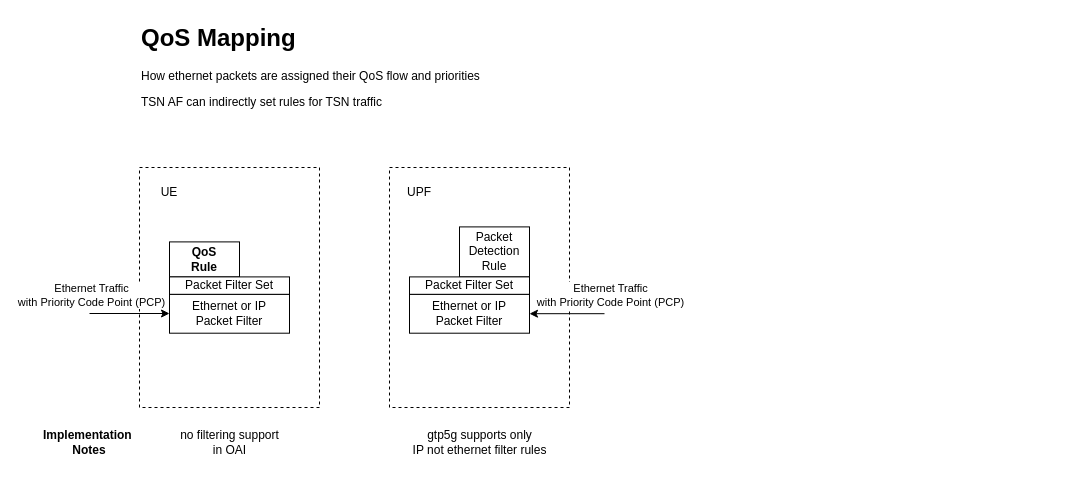
Earlier version of the draw.io diagram docs/qos_mapping.drawio (ottoblep/tsn-5g-testbench). Source tidied: cells renumbered, new cells numbered last; positions are measured from the earlier drawing's top-left corner, leaving out a move shared by most shapes. Both pictures are drawn from the tidied source at 100%, with x=0, y=0 at pixel (59, 17).
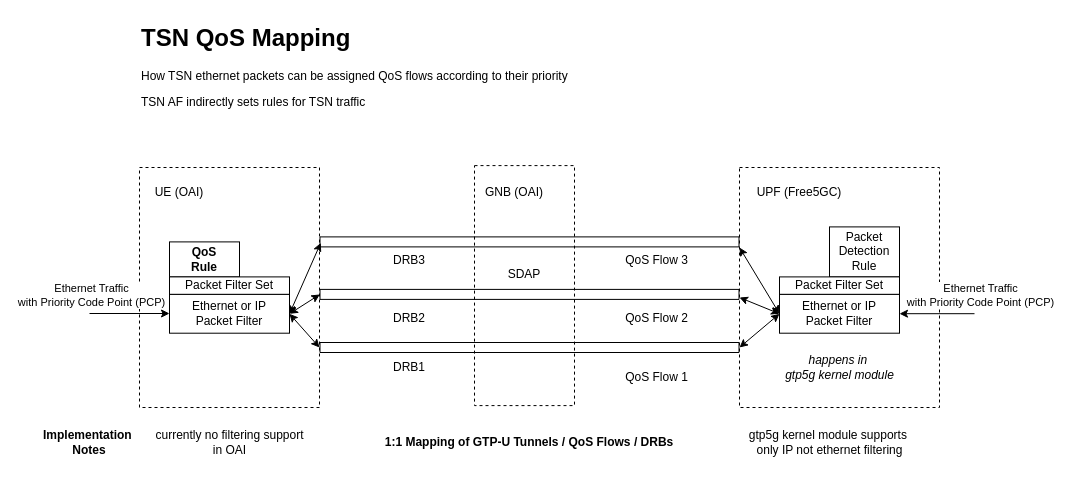
The same page after the edit.

Commit message (it also covers changes not shown here):
Update QoS Mapping graph

The change refers to these unchanged cells:
```xml
<mxCell id="2" style="rounded=0;whiteSpace=wrap;html=1;dashed=1;" parent="1" vertex="1">
  <mxGeometry x="80" y="150" width="180" height="240" as="geometry" />
</mxCell>
<mxCell id="13" value="Ethernet or&lt;span style=&quot;background-color: initial;&quot;&gt;&amp;nbsp;IP&lt;/span&gt;&lt;div&gt;&lt;div&gt;Packet Filter&lt;/div&gt;&lt;/div&gt;" style="rounded=0;whiteSpace=wrap;html=1;" parent="1" vertex="1">
  <mxGeometry x="110" y="276.9" width="120" height="38.8" as="geometry" />
</mxCell>
```

What changed in the source:
```diff
@@
+    <mxCell id="20" style="rounded=0;whiteSpace=wrap;html=1;dashed=1;" parent="1" vertex="1">
+      <mxGeometry x="415" y="148.1" width="100" height="240" as="geometry" />
+    </mxCell>
@@
     <mxCell id="5" style="rounded=0;whiteSpace=wrap;html=1;dashed=1;" parent="1" vertex="1">
-      <mxGeometry x="330" y="150" width="180" height="240" as="geometry" />
+      <mxGeometry x="680" y="150" width="200" height="240" as="geometry" />
     </mxCell>
     <mxCell id="6" style="endArrow=classic;html=1;rounded=0;" parent="1" edge="1">
       <mxGeometry relative="1" as="geometry">
-        <mxPoint x="545" y="296.2" as="sourcePoint" />
-        <mxPoint x="470" y="296.2" as="targetPoint" />
+        <mxPoint x="915" y="296.2" as="sourcePoint" />
+        <mxPoint x="840" y="296.2" as="targetPoint" />
       </mxGeometry>
     </mxCell>
@@
-    <mxCell id="8" value="UPF" style="text;html=1;align=center;verticalAlign=middle;whiteSpace=wrap;rounded=0;" parent="1" vertex="1">
-      <mxGeometry x="330" y="160" width="60" height="30" as="geometry" />
+    <mxCell id="8" value="UPF (Free5GC)" style="text;html=1;align=center;verticalAlign=middle;whiteSpace=wrap;rounded=0;" parent="1" vertex="1">
+      <mxGeometry x="680" y="160" width="120" height="30" as="geometry" />
     </mxCell>
-    <mxCell id="9" value="UE" style="text;html=1;align=center;verticalAlign=middle;whiteSpace=wrap;rounded=0;" parent="1" vertex="1">
-      <mxGeometry x="80" y="160" width="60" height="30" as="geometry" />
+    <mxCell id="9" value="UE (OAI)" style="text;html=1;align=center;verticalAlign=middle;whiteSpace=wrap;rounded=0;" parent="1" vertex="1">
+      <mxGeometry x="85" y="160" width="70" height="30" as="geometry" />
     </mxCell>
     <mxCell id="10" value="Packet&lt;div&gt;Detection Rule&lt;/div&gt;" style="rounded=0;whiteSpace=wrap;html=1;" parent="1" vertex="1">
-      <mxGeometry x="400" y="209.4" width="70" height="50" as="geometry" />
+      <mxGeometry x="770" y="209.4" width="70" height="50" as="geometry" />
     </mxCell>
@@
     <mxCell id="14" value="Packet Filter Set" style="rounded=0;whiteSpace=wrap;html=1;" parent="1" vertex="1">
-      <mxGeometry x="350" y="259.4" width="120" height="17.5" as="geometry" />
+      <mxGeometry x="720" y="259.4" width="120" height="17.5" as="geometry" />
     </mxCell>
     <mxCell id="15" value="Ethernet or IP&lt;div&gt;Packet Filter&lt;/div&gt;" style="rounded=0;whiteSpace=wrap;html=1;" parent="1" vertex="1">
-      <mxGeometry x="350" y="276.9" width="120" height="38.8" as="geometry" />
+      <mxGeometry x="720" y="276.9" width="120" height="38.8" as="geometry" />
     </mxCell>
-    <mxCell id="16" value="&lt;h1 style=&quot;margin-top: 0px;&quot;&gt;QoS Mapping&lt;/h1&gt;&lt;p&gt;How ethernet packets are assigned their QoS flow and priorities&lt;/p&gt;&lt;p&gt;TSN AF can indirectly set rules for TSN traffic&lt;/p&gt;" style="text;html=1;whiteSpace=wrap;overflow=hidden;rounded=0;" parent="1" vertex="1">
-      <mxGeometry x="80" width="400" height="90" as="geometry" />
+    <mxCell id="16" value="&lt;h1 style=&quot;margin-top: 0px;&quot;&gt;TSN QoS Mapping&lt;/h1&gt;&lt;p&gt;How TSN ethernet packets can be assigned QoS flows according to their priority&lt;/p&gt;&lt;p&gt;TSN AF indirectly sets rules for TSN traffic&lt;/p&gt;" style="text;html=1;whiteSpace=wrap;overflow=hidden;rounded=0;" parent="1" vertex="1">
+      <mxGeometry x="80" width="650" height="90" as="geometry" />
     </mxCell>
@@
-    <mxCell id="18" value="gtp5g supports only&lt;div&gt;IP not ethernet filter rules&lt;/div&gt;" style="text;html=1;align=center;verticalAlign=middle;strokeColor=none;fillColor=none;" parent="1" vertex="1">
-      <mxGeometry x="340" y="405" width="160" height="40" as="geometry" />
+    <mxCell id="18" value="gtp5g kernel module supports&amp;nbsp;&lt;div&gt;only&amp;nbsp;&lt;span style=&quot;background-color: initial;&quot;&gt;IP not ethernet filtering&lt;/span&gt;&lt;/div&gt;" style="text;html=1;align=center;verticalAlign=middle;strokeColor=none;fillColor=none;" parent="1" vertex="1">
+      <mxGeometry x="680" y="405" width="180" height="40" as="geometry" />
     </mxCell>
-    <mxCell id="19" value="no filtering support&lt;div&gt;in OAI&lt;/div&gt;" style="text;html=1;align=center;verticalAlign=middle;strokeColor=none;fillColor=none;" parent="1" vertex="1">
-      <mxGeometry x="110" y="405" width="120" height="40" as="geometry" />
+    <mxCell id="19" value="currently no filtering support&lt;div&gt;in OAI&lt;/div&gt;" style="text;html=1;align=center;verticalAlign=middle;strokeColor=none;fillColor=none;" parent="1" vertex="1">
+      <mxGeometry x="85" y="405" width="170" height="40" as="geometry" />
     </mxCell>
+    <mxCell id="21" style="shape=flexArrow;endArrow=none;startArrow=none;html=1;rounded=0;startFill=0;endFill=0;entryX=0;entryY=0.75;entryDx=0;entryDy=0;exitX=1;exitY=0.75;exitDx=0;exitDy=0;" parent="1" edge="1" source="2" target="5">
+      <mxGeometry relative="1" as="geometry" />
+    </mxCell>
+    <mxCell id="22" style="shape=flexArrow;endArrow=none;startArrow=none;html=1;rounded=0;startFill=0;endFill=0;entryX=0;entryY=0.75;entryDx=0;entryDy=0;exitX=1;exitY=0.75;exitDx=0;exitDy=0;" parent="1" edge="1">
+      <mxGeometry relative="1" as="geometry">
+        <mxPoint x="260" y="276.9" as="sourcePoint" />
+        <mxPoint x="680" y="276.9" as="targetPoint" />
+      </mxGeometry>
+    </mxCell>
+    <mxCell id="23" style="shape=flexArrow;endArrow=none;startArrow=none;html=1;rounded=0;startFill=0;endFill=0;entryX=0;entryY=0.75;entryDx=0;entryDy=0;exitX=1;exitY=0.75;exitDx=0;exitDy=0;" parent="1" edge="1">
+      <mxGeometry relative="1" as="geometry">
+        <mxPoint x="260" y="224.4" as="sourcePoint" />
+        <mxPoint x="680" y="224.4" as="targetPoint" />
+      </mxGeometry>
+    </mxCell>
+    <mxCell id="24" value="GNB (OAI)" style="text;html=1;align=center;verticalAlign=middle;whiteSpace=wrap;rounded=0;" parent="1" vertex="1">
+      <mxGeometry x="415" y="160" width="80" height="30" as="geometry" />
+    </mxCell>
+    <mxCell id="25" value="SDAP" style="text;html=1;align=center;verticalAlign=middle;whiteSpace=wrap;rounded=0;" parent="1" vertex="1">
+      <mxGeometry x="435" y="236.9" width="60" height="40" as="geometry" />
+    </mxCell>
+    <mxCell id="26" value="QoS Flow 2" style="text;html=1;align=center;verticalAlign=middle;whiteSpace=wrap;rounded=0;" parent="1" vertex="1">
+      <mxGeometry x="560" y="290.6" width="75" height="20" as="geometry" />
+    </mxCell>
+    <mxCell id="27" value="DRB1" style="text;html=1;align=center;verticalAlign=middle;whiteSpace=wrap;rounded=0;" parent="1" vertex="1">
+      <mxGeometry x="320" y="340" width="60" height="20" as="geometry" />
+    </mxCell>
+    <mxCell id="28" value="DRB2" style="text;html=1;align=center;verticalAlign=middle;whiteSpace=wrap;rounded=0;" parent="1" vertex="1">
+      <mxGeometry x="320" y="284" width="60" height="33.1" as="geometry" />
+    </mxCell>
+    <mxCell id="29" value="DRB3" style="text;html=1;align=center;verticalAlign=middle;whiteSpace=wrap;rounded=0;" parent="1" vertex="1">
+      <mxGeometry x="320" y="226.2" width="60" height="33.1" as="geometry" />
+    </mxCell>
+    <mxCell id="30" value="QoS Flow 1" style="text;html=1;align=center;verticalAlign=middle;whiteSpace=wrap;rounded=0;" parent="1" vertex="1">
+      <mxGeometry x="560" y="350" width="75" height="20" as="geometry" />
+    </mxCell>
+    <mxCell id="31" value="QoS Flow 3" style="text;html=1;align=center;verticalAlign=middle;whiteSpace=wrap;rounded=0;" parent="1" vertex="1">
+      <mxGeometry x="560" y="232.8" width="75" height="20" as="geometry" />
+    </mxCell>
+    <mxCell id="32" value="1:1 Mapping of GTP-U Tunnels / QoS Flows / DRBs" style="text;html=1;align=center;verticalAlign=middle;whiteSpace=wrap;rounded=0;fontStyle=1;" parent="1" vertex="1">
+      <mxGeometry x="305" y="415" width="330" height="20" as="geometry" />
+    </mxCell>
+    <mxCell id="33" style="endArrow=classic;startArrow=classic;html=1;rounded=0;exitX=1;exitY=0.5;exitDx=0;exitDy=0;entryX=1;entryY=0.75;entryDx=0;entryDy=0;" parent="1" edge="1" source="13" target="2">
+      <mxGeometry relative="1" as="geometry" />
+    </mxCell>
+    <mxCell id="34" style="endArrow=classic;startArrow=classic;html=1;rounded=0;exitX=1;exitY=0.5;exitDx=0;exitDy=0;entryX=1.002;entryY=0.529;entryDx=0;entryDy=0;entryPerimeter=0;" parent="1" edge="1" source="13" target="2">
+      <mxGeometry relative="1" as="geometry" />
+    </mxCell>
+    <mxCell id="35" style="endArrow=classic;startArrow=classic;html=1;rounded=0;exitX=1;exitY=0.5;exitDx=0;exitDy=0;entryX=1.007;entryY=0.314;entryDx=0;entryDy=0;entryPerimeter=0;" parent="1" edge="1" source="13" target="2">
+      <mxGeometry relative="1" as="geometry" />
+    </mxCell>
+    <mxCell id="36" style="endArrow=classic;startArrow=classic;html=1;rounded=0;exitX=0;exitY=0.5;exitDx=0;exitDy=0;" parent="1" edge="1" source="15">
+      <mxGeometry relative="1" as="geometry">
+        <mxPoint x="680" y="230" as="targetPoint" />
+      </mxGeometry>
+    </mxCell>
+    <mxCell id="37" style="endArrow=classic;startArrow=classic;html=1;rounded=0;exitX=0;exitY=0.5;exitDx=0;exitDy=0;" parent="1" edge="1" source="15">
+      <mxGeometry relative="1" as="geometry">
+        <mxPoint x="680" y="280" as="targetPoint" />
+      </mxGeometry>
+    </mxCell>
+    <mxCell id="38" style="endArrow=classic;startArrow=classic;html=1;rounded=0;exitX=0;exitY=0.5;exitDx=0;exitDy=0;entryX=0;entryY=0.75;entryDx=0;entryDy=0;" parent="1" edge="1" source="15" target="5">
+      <mxGeometry relative="1" as="geometry" />
+    </mxCell>
+    <mxCell id="39" value="happens&amp;nbsp;&lt;span style=&quot;background-color: initial;&quot;&gt;in&amp;nbsp;&lt;/span&gt;&lt;div&gt;&lt;span style=&quot;background-color: initial;&quot;&gt;gtp5g kernel module&lt;/span&gt;&lt;/div&gt;" style="text;html=1;align=center;verticalAlign=middle;strokeColor=none;fillColor=none;fontStyle=2;" parent="1" vertex="1">
+      <mxGeometry x="715" y="330" width="130" height="40" as="geometry" />
+    </mxCell>
```
